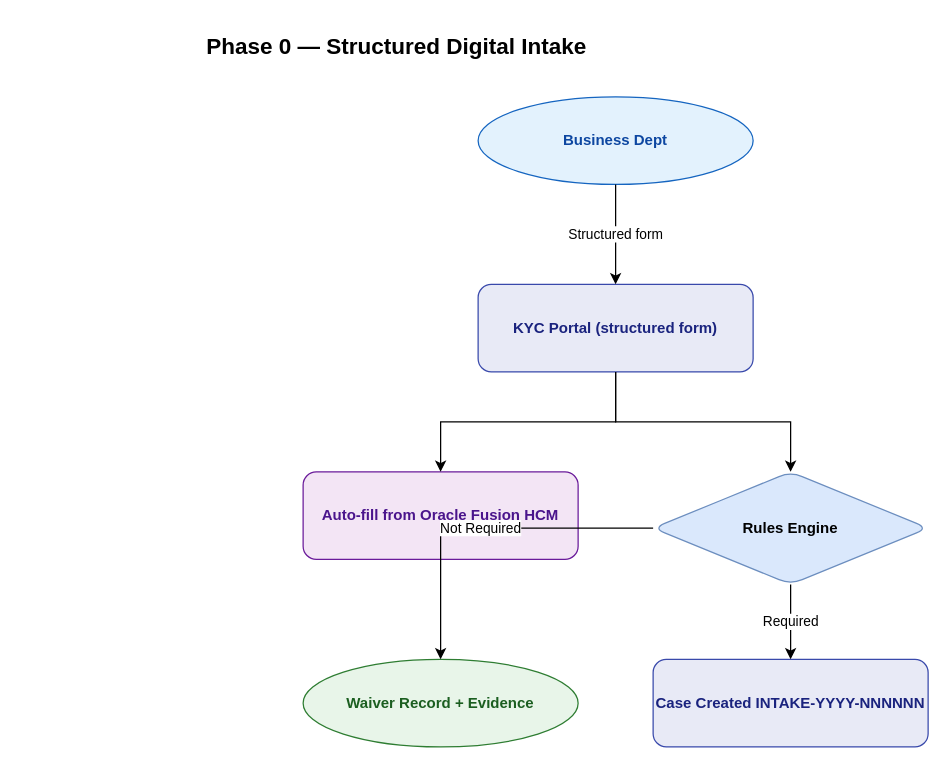
Above: page "Phase 0 Detail" (2 of 9) of docs/diagrams/drawio/best-practice-e2e.drawio in mazharr-hussain/KycReport (draw.io), before the change. Source tidied: cells renumbered, new cells numbered last; positions are measured from the earlier drawing's top-left corner, leaving out a move shared by most shapes. Both pictures are drawn from the tidied source at 125%, with x=0, y=0 at pixel (21, 21).
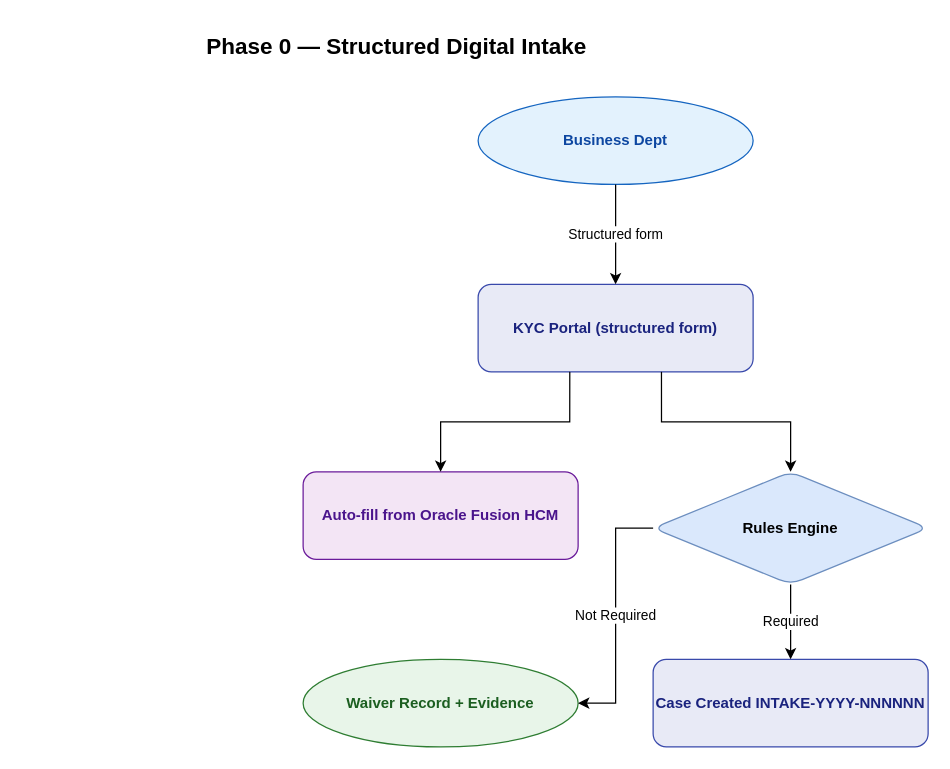
The same diagram, later.

Change to the diagram source:
```diff
@@
 <mxGraphModel>
   <root>
     <mxCell id="0" />
     <mxCell id="1" parent="0" />
     <mxCell id="2" value="Phase 0 — Structured Digital Intake" style="text;html=1;strokeColor=none;fillColor=none;align=center;verticalAlign=middle;whiteSpace=wrap;rounded=0;fontSize=18;fontStyle=1;" parent="1" vertex="1">
       <mxGeometry width="600" height="40" as="geometry" />
     </mxCell>
     <mxCell id="3" value="Business Dept" style="ellipse;whiteSpace=wrap;html=1;fillColor=#E3F2FD;strokeColor=#1565C0;fontColor=#0D47A1;fontSize=12;fontStyle=1;rounded=1;" parent="1" vertex="1">
       <mxGeometry x="365" y="60" width="220" height="70" as="geometry" />
     </mxCell>
     <mxCell id="4" value="KYC Portal (structured form)" style="rect;whiteSpace=wrap;html=1;fillColor=#E8EAF6;strokeColor=#3949AB;fontColor=#1A237E;fontSize=12;fontStyle=1;rounded=1;" parent="1" vertex="1">
       <mxGeometry x="365" y="210" width="220" height="70" as="geometry" />
     </mxCell>
     <mxCell id="5" value="Auto-fill from Oracle Fusion HCM" style="rect;whiteSpace=wrap;html=1;fillColor=#F3E5F5;strokeColor=#6A1B9A;fontColor=#4A148C;fontSize=12;fontStyle=1;rounded=1;" parent="1" vertex="1">
       <mxGeometry x="225" y="360" width="220" height="70" as="geometry" />
     </mxCell>
     <mxCell id="6" value="Rules Engine" style="rhombus;whiteSpace=wrap;html=1;fillColor=#dae8fc;strokeColor=#6c8ebf;fontColor=#000000;fontSize=12;fontStyle=1;rounded=1;" parent="1" vertex="1">
       <mxGeometry x="505" y="360" width="220" height="90" as="geometry" />
     </mxCell>
     <mxCell id="7" value="Waiver Record + Evidence" style="ellipse;whiteSpace=wrap;html=1;fillColor=#E8F5E9;strokeColor=#2E7D32;fontColor=#1B5E20;fontSize=12;fontStyle=1;rounded=1;" parent="1" vertex="1">
       <mxGeometry x="225" y="510" width="220" height="70" as="geometry" />
     </mxCell>
     <mxCell id="8" value="Case Created INTAKE-YYYY-NNNNNN" style="rect;whiteSpace=wrap;html=1;fillColor=#E8EAF6;strokeColor=#3949AB;fontColor=#1A237E;fontSize=12;fontStyle=1;rounded=1;" parent="1" vertex="1">
       <mxGeometry x="505" y="510" width="220" height="70" as="geometry" />
     </mxCell>
     <mxCell id="9" value="Structured form" style="edgeStyle=orthogonalEdgeStyle;rounded=0;html=1;fontSize=11;" parent="1" edge="1" source="3" target="4">
       <mxGeometry relative="1" as="geometry" />
     </mxCell>
-    <mxCell id="10" style="edgeStyle=orthogonalEdgeStyle;rounded=0;html=1;fontSize=11;" parent="1" edge="1" source="4" target="5">
+    <mxCell id="10" style="edgeStyle=orthogonalEdgeStyle;rounded=0;html=1;fontSize=11;exitX=0.3333333333333333;exitY=1.0;entryX=0.5;entryY=0.0;" parent="1" edge="1" source="4" target="5">
       <mxGeometry relative="1" as="geometry" />
     </mxCell>
-    <mxCell id="11" style="edgeStyle=orthogonalEdgeStyle;rounded=0;html=1;fontSize=11;" parent="1" edge="1" source="4" target="6">
+    <mxCell id="11" style="edgeStyle=orthogonalEdgeStyle;rounded=0;html=1;fontSize=11;exitX=0.6666666666666666;exitY=1.0;entryX=0.5;entryY=0.0;" parent="1" edge="1" source="4" target="6">
       <mxGeometry relative="1" as="geometry" />
     </mxCell>
-    <mxCell id="12" value="Not Required" style="edgeStyle=orthogonalEdgeStyle;rounded=0;html=1;fontSize=11;" parent="1" edge="1" source="6" target="7">
+    <mxCell id="12" value="Not Required" style="edgeStyle=orthogonalEdgeStyle;rounded=0;html=1;fontSize=11;exitX=0.0;exitY=0.5;entryX=1.0;entryY=0.5;" parent="1" edge="1" source="6" target="7">
       <mxGeometry relative="1" as="geometry" />
     </mxCell>
-    <mxCell id="13" value="Required" style="edgeStyle=orthogonalEdgeStyle;rounded=0;html=1;fontSize=11;" parent="1" edge="1" source="6" target="8">
+    <mxCell id="13" value="Required" style="edgeStyle=orthogonalEdgeStyle;rounded=0;html=1;fontSize=11;exitX=0.5;exitY=1.0;entryX=0.5;entryY=0.0;" parent="1" edge="1" source="6" target="8">
       <mxGeometry relative="1" as="geometry" />
     </mxCell>
   </root>
 </mxGraphModel>
```
